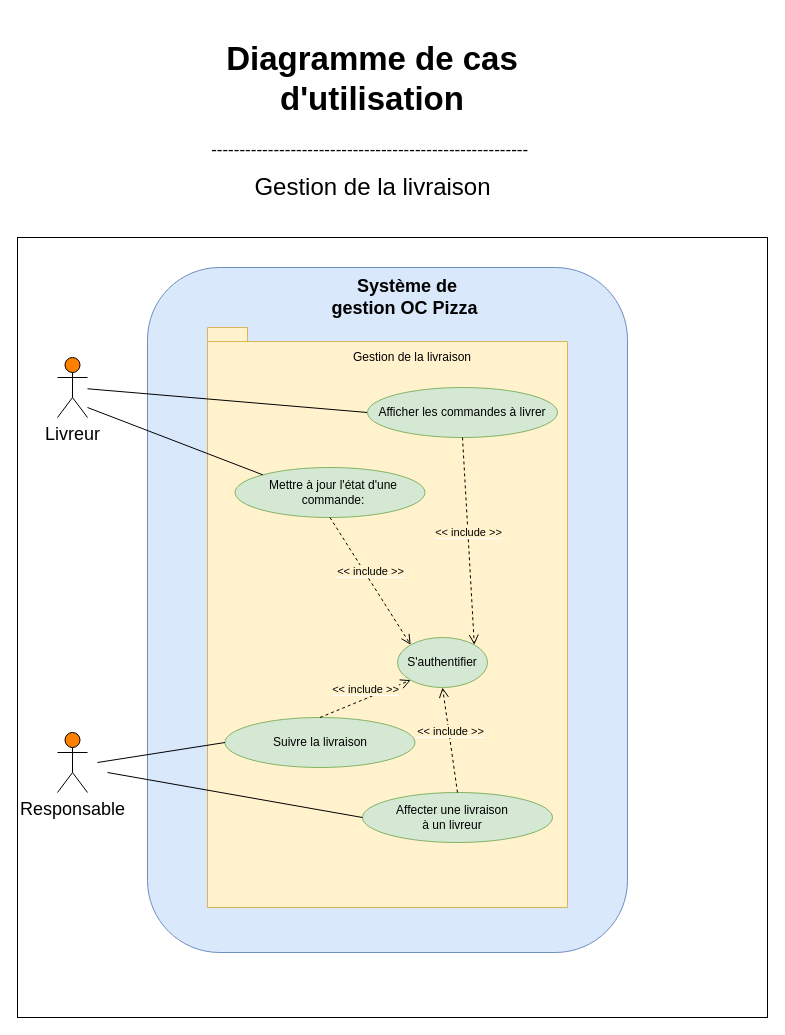
Above: page "Gestion de livraison" (3 of 5) of Use case Diagram.drawio in Maayaavi/OC_Project_4 (draw.io), before the change. Source tidied: cells renumbered, new cells numbered last; positions are measured from the earlier drawing's top-left corner, leaving out a move shared by most shapes. Both pictures are drawn from the tidied source at 100%, with x=0, y=0 at pixel (17, 27).
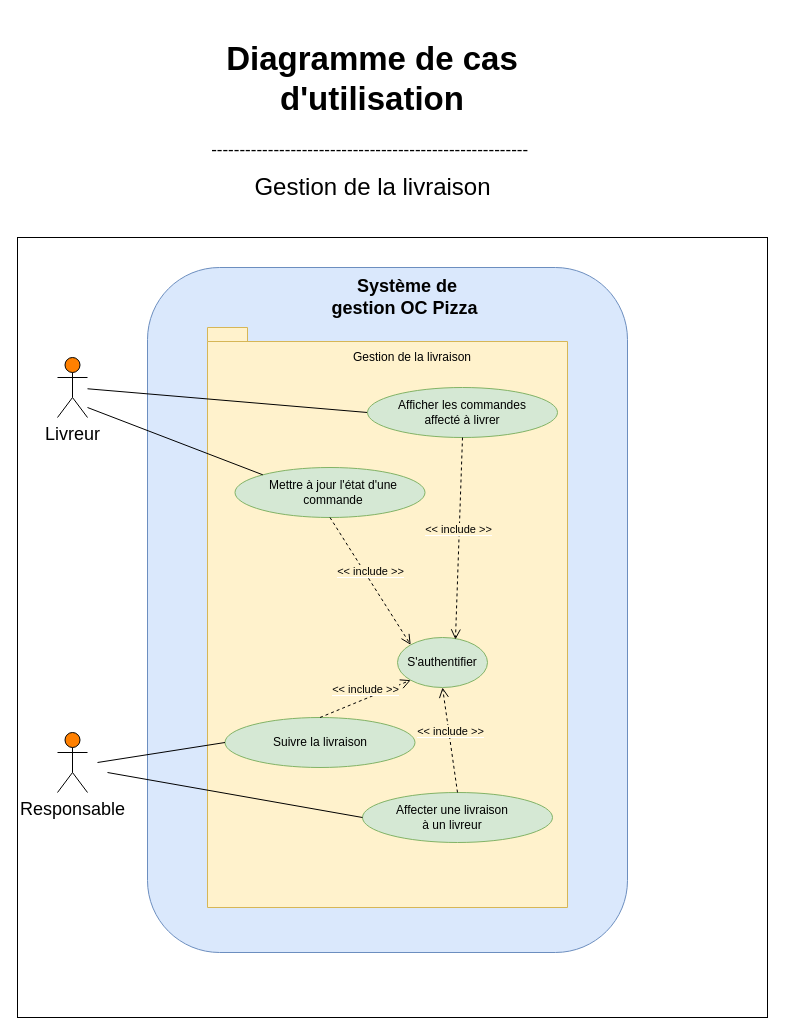
The same diagram, later.

The change refers to these unchanged cells:
```xml
<mxCell id="11" style="ellipse;whiteSpace=wrap;html=1;fillColor=#d5e8d4;strokeColor=#82b366;" parent="1" vertex="1">
  <mxGeometry x="350" y="360" width="190" height="50" as="geometry" />
</mxCell>
<mxCell id="20" style="ellipse;whiteSpace=wrap;html=1;fillColor=#d5e8d4;strokeColor=#82b366;" parent="1" vertex="1">
  <mxGeometry x="380" y="610" width="90" height="50" as="geometry" />
</mxCell>
```

What changed in the source:
```diff
@@
-    <mxCell id="12" value="Afficher les commandes à livrer" style="text;html=1;strokeColor=none;fillColor=none;align=center;verticalAlign=middle;whiteSpace=wrap;rounded=0;" parent="1" vertex="1">
+    <mxCell id="12" value="Afficher les commandes&lt;br&gt;affecté à livrer" style="text;html=1;strokeColor=none;fillColor=none;align=center;verticalAlign=middle;whiteSpace=wrap;rounded=0;" parent="1" vertex="1">
       <mxGeometry x="340" y="375" width="210" height="20" as="geometry" />
     </mxCell>
@@
-    <mxCell id="14" value="Mettre à jour l'état d'une &lt;br&gt;commande:" style="text;html=1;strokeColor=none;fillColor=none;align=center;verticalAlign=middle;whiteSpace=wrap;rounded=0;" parent="1" vertex="1">
+    <mxCell id="14" value="Mettre à jour l'état d'une &lt;br&gt;commande" style="text;html=1;strokeColor=none;fillColor=none;align=center;verticalAlign=middle;whiteSpace=wrap;rounded=0;" parent="1" vertex="1">
       <mxGeometry x="210.5" y="455" width="210" height="20" as="geometry" />
     </mxCell>
@@
-    <mxCell id="24" value="&lt;span style=&quot;background-color: rgb(255 , 242 , 204)&quot;&gt;&amp;lt;&amp;lt; include &amp;gt;&amp;gt;&lt;/span&gt;" style="html=1;verticalAlign=bottom;endArrow=open;dashed=1;endSize=8;entryX=1;entryY=0;entryDx=0;entryDy=0;exitX=0.5;exitY=1;exitDx=0;exitDy=0;" parent="1" edge="1" source="11" target="20">
+    <mxCell id="24" value="&lt;span style=&quot;background-color: rgb(255 , 242 , 204)&quot;&gt;&amp;lt;&amp;lt; include &amp;gt;&amp;gt;&lt;/span&gt;" style="html=1;verticalAlign=bottom;endArrow=open;dashed=1;endSize=8;entryX=0.644;entryY=0.04;entryDx=0;entryDy=0;exitX=0.5;exitY=1;exitDx=0;exitDy=0;entryPerimeter=0;" parent="1" edge="1" source="11" target="20">
       <mxGeometry relative="1" as="geometry" />
     </mxCell>
```
